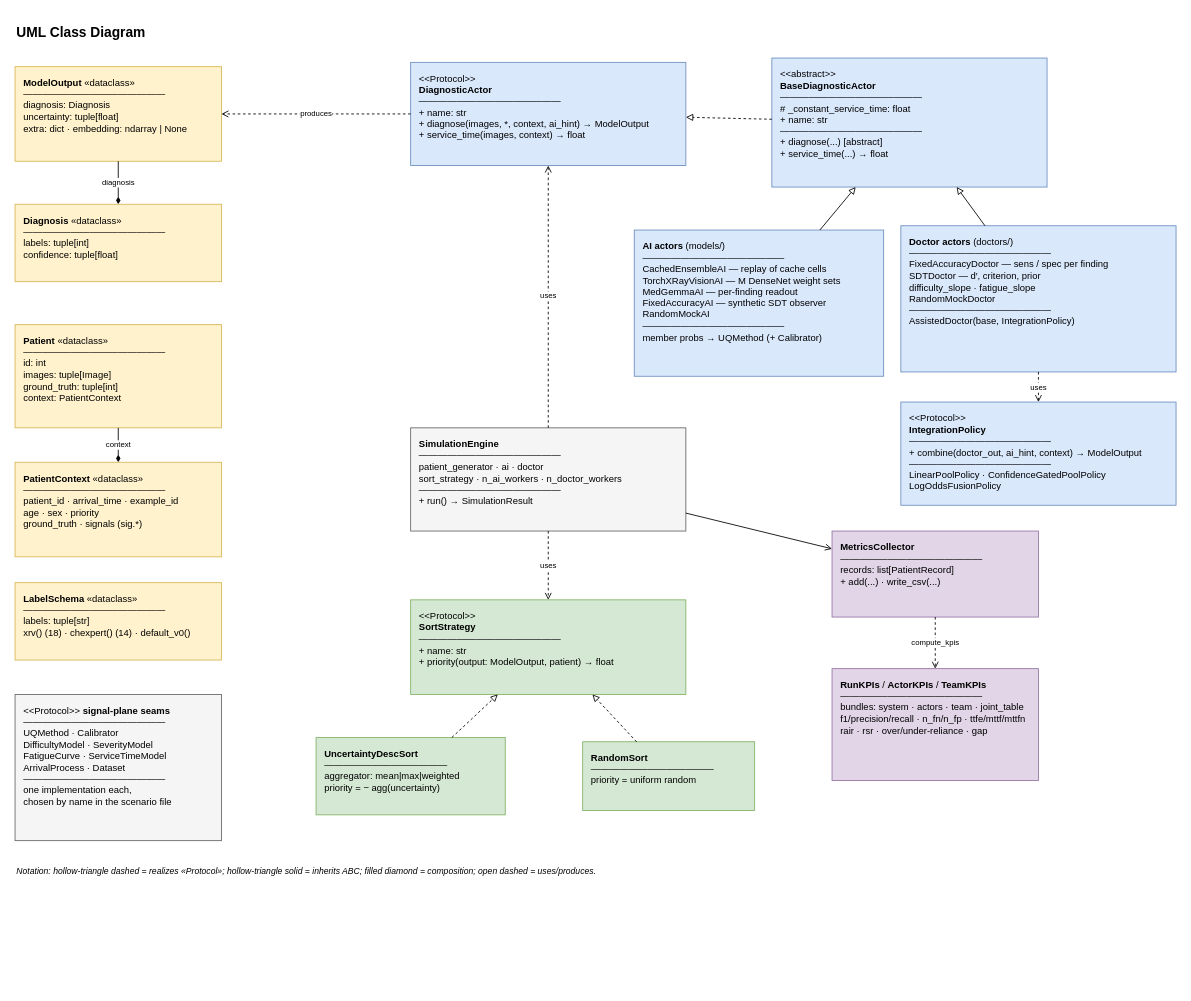
Above: page "UML Class Diagram" (3 of 3) of docs/uml_diagram.drawio in DaniGreco/hai-sim (draw.io), before the change. Source tidied: cells renumbered, new cells numbered last; positions are measured from the earlier drawing's top-left corner, leaving out a move shared by most shapes. Both pictures are drawn from the tidied source at 86%, with x=0, y=0 at pixel (15, 15).
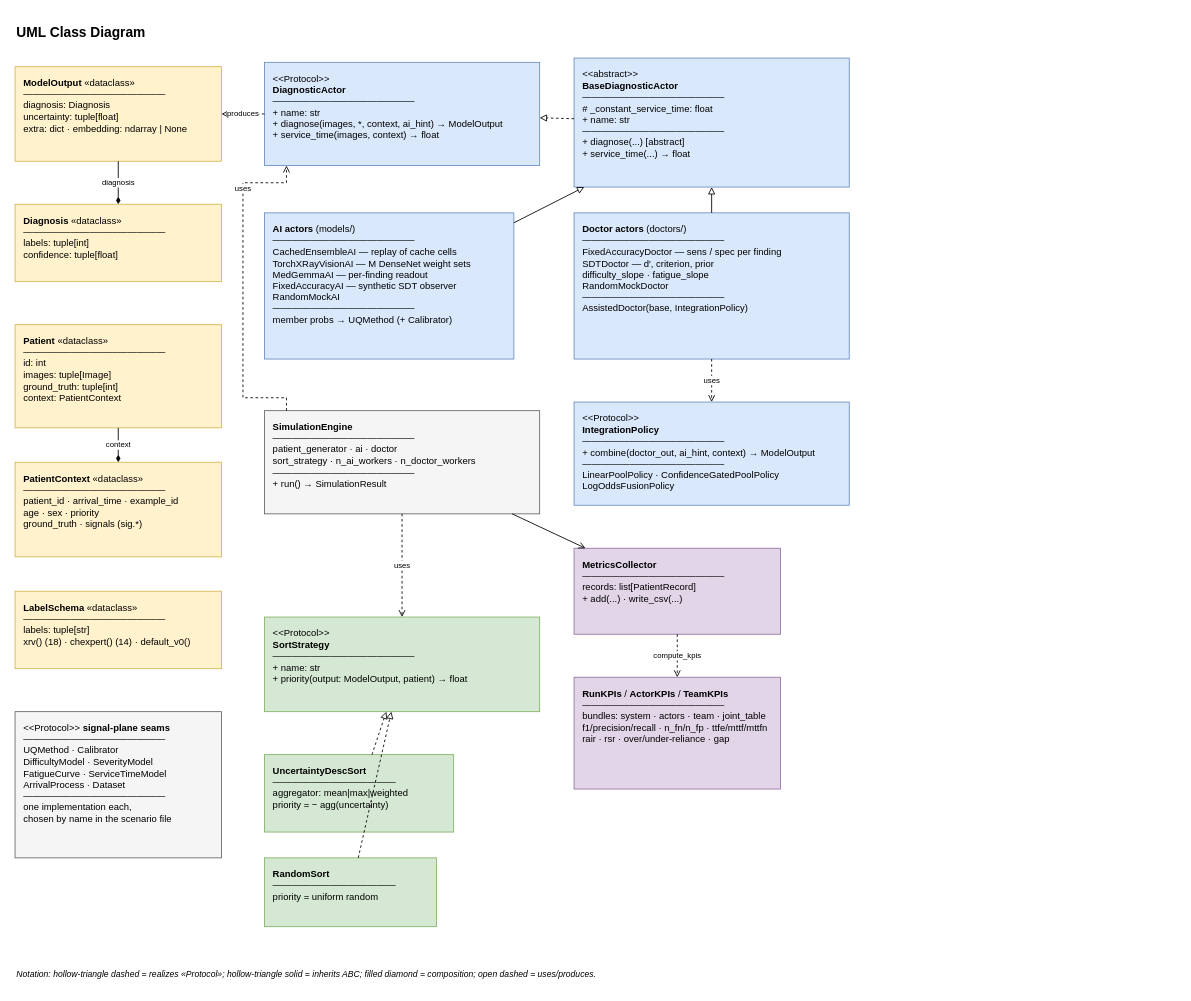
Above is the later version.

Commit message:
docs: lay the class diagram out in three tighter columns

The edit, as a diff of the source:
```diff
@@
     <mxCell id="2" value="UML Class Diagram" style="text;html=1;strokeColor=none;fillColor=none;align=left;verticalAlign=middle;whiteSpace=wrap;fontSize=16;fontStyle=1;" parent="1" vertex="1">
-      <mxGeometry width="800" height="40" as="geometry" />
+      <mxGeometry width="700" height="40" as="geometry" />
     </mxCell>
     <mxCell id="3" value="&amp;lt;&amp;lt;Protocol&amp;gt;&amp;gt;&lt;br&gt;&lt;b&gt;DiagnosticActor&lt;/b&gt;&lt;br&gt;———————————————&lt;br&gt;+ name: str&lt;br&gt;+ diagnose(images, *, context, ai_hint) → ModelOutput&lt;br&gt;+ service_time(images, context) → float" style="rounded=0;whiteSpace=wrap;html=1;fillColor=#dae8fc;strokeColor=#6c8ebf;align=left;verticalAlign=top;spacingLeft=8;spacingTop=6;fontSize=11;" parent="1" vertex="1">
-      <mxGeometry x="460" y="55" width="320" height="120" as="geometry" />
+      <mxGeometry x="290" y="55" width="320" height="120" as="geometry" />
     </mxCell>
     <mxCell id="4" value="&amp;lt;&amp;lt;Protocol&amp;gt;&amp;gt;&lt;br&gt;&lt;b&gt;SortStrategy&lt;/b&gt;&lt;br&gt;———————————————&lt;br&gt;+ name: str&lt;br&gt;+ priority(output: ModelOutput, patient) → float" style="rounded=0;whiteSpace=wrap;html=1;fillColor=#d5e8d4;strokeColor=#82b366;align=left;verticalAlign=top;spacingLeft=8;spacingTop=6;fontSize=11;" parent="1" vertex="1">
-      <mxGeometry x="460" y="680" width="320" height="110" as="geometry" />
+      <mxGeometry x="290" y="700" width="320" height="110" as="geometry" />
     </mxCell>
     <mxCell id="5" value="&amp;lt;&amp;lt;abstract&amp;gt;&amp;gt;&lt;br&gt;&lt;b&gt;BaseDiagnosticActor&lt;/b&gt;&lt;br&gt;———————————————&lt;br&gt;# _constant_service_time: float&lt;br&gt;+ name: str&lt;br&gt;———————————————&lt;br&gt;+ diagnose(...)  [abstract]&lt;br&gt;+ service_time(...) → float" style="rounded=0;whiteSpace=wrap;html=1;fillColor=#dae8fc;strokeColor=#6c8ebf;align=left;verticalAlign=top;spacingLeft=8;spacingTop=6;fontSize=11;" parent="1" vertex="1">
-      <mxGeometry x="880" y="50" width="320" height="150" as="geometry" />
+      <mxGeometry x="650" y="50" width="320" height="150" as="geometry" />
     </mxCell>
     <mxCell id="6" value="&lt;b&gt;AI actors&lt;/b&gt;  (models/)&lt;br&gt;———————————————&lt;br&gt;CachedEnsembleAI — replay of cache cells&lt;br&gt;TorchXRayVisionAI — M DenseNet weight sets&lt;br&gt;MedGemmaAI — per-finding readout&lt;br&gt;FixedAccuracyAI — synthetic SDT observer&lt;br&gt;RandomMockAI&lt;br&gt;———————————————&lt;br&gt;member probs → UQMethod (+ Calibrator)" style="rounded=0;whiteSpace=wrap;html=1;fillColor=#dae8fc;strokeColor=#6c8ebf;align=left;verticalAlign=top;spacingLeft=8;spacingTop=6;fontSize=11;" parent="1" vertex="1">
-      <mxGeometry x="720" y="250" width="290" height="170" as="geometry" />
+      <mxGeometry x="290" y="230" width="290" height="170" as="geometry" />
     </mxCell>
     <mxCell id="7" value="&lt;b&gt;Doctor actors&lt;/b&gt;  (doctors/)&lt;br&gt;———————————————&lt;br&gt;FixedAccuracyDoctor — sens / spec per finding&lt;br&gt;SDTDoctor — d′, criterion, prior&lt;br&gt;difficulty_slope · fatigue_slope&lt;br&gt;RandomMockDoctor&lt;br&gt;———————————————&lt;br&gt;AssistedDoctor(base, IntegrationPolicy)" style="rounded=0;whiteSpace=wrap;html=1;fillColor=#dae8fc;strokeColor=#6c8ebf;align=left;verticalAlign=top;spacingLeft=8;spacingTop=6;fontSize=11;" parent="1" vertex="1">
-      <mxGeometry x="1030" y="245" width="320" height="170" as="geometry" />
+      <mxGeometry x="650" y="230" width="320" height="170" as="geometry" />
     </mxCell>
     <mxCell id="8" value="&lt;b&gt;RandomSort&lt;/b&gt;&#10;—————————————&#10;priority = uniform random" style="rounded=0;whiteSpace=wrap;html=1;fillColor=#d5e8d4;strokeColor=#82b366;align=left;verticalAlign=top;spacingLeft=8;spacingTop=6;fontSize=11;" parent="1" vertex="1">
-      <mxGeometry x="660" y="845" width="200" height="80" as="geometry" />
+      <mxGeometry x="290" y="980" width="200" height="80" as="geometry" />
     </mxCell>
     <mxCell id="9" value="&lt;b&gt;UncertaintyDescSort&lt;/b&gt;&#10;—————————————&#10;aggregator: mean|max|weighted&#10;priority = − agg(uncertainty)" style="rounded=0;whiteSpace=wrap;html=1;fillColor=#d5e8d4;strokeColor=#82b366;align=left;verticalAlign=top;spacingLeft=8;spacingTop=6;fontSize=11;" parent="1" vertex="1">
-      <mxGeometry x="350" y="840" width="220" height="90" as="geometry" />
+      <mxGeometry x="290" y="860" width="220" height="90" as="geometry" />
     </mxCell>
@@
     <mxCell id="14" value="&lt;b&gt;LabelSchema&lt;/b&gt; «dataclass»&lt;br&gt;———————————————&lt;br&gt;labels: tuple[str]&lt;br&gt;xrv() (18) · chexpert() (14) · default_v0()" style="rounded=0;whiteSpace=wrap;html=1;fillColor=#fff2cc;strokeColor=#d6b656;align=left;verticalAlign=top;spacingLeft=8;spacingTop=6;fontSize=11;" parent="1" vertex="1">
-      <mxGeometry y="660" width="240" height="90" as="geometry" />
+      <mxGeometry y="670" width="240" height="90" as="geometry" />
     </mxCell>
     <mxCell id="15" value="&lt;b&gt;SimulationEngine&lt;/b&gt;&#10;———————————————&#10;patient_generator · ai · doctor&#10;sort_strategy · n_ai_workers · n_doctor_workers&#10;———————————————&#10;+ run() → SimulationResult" style="rounded=0;whiteSpace=wrap;html=1;fillColor=#f5f5f5;strokeColor=#666666;align=left;verticalAlign=top;spacingLeft=8;spacingTop=6;fontSize=11;" parent="1" vertex="1">
-      <mxGeometry x="460" y="480" width="320" height="120" as="geometry" />
+      <mxGeometry x="290" y="460" width="320" height="120" as="geometry" />
     </mxCell>
     <mxCell id="16" value="&lt;b&gt;MetricsCollector&lt;/b&gt;&#10;———————————————&#10;records: list[PatientRecord]&#10;+ add(...) · write_csv(...)" style="rounded=0;whiteSpace=wrap;html=1;fillColor=#e1d5e7;strokeColor=#9673a6;align=left;verticalAlign=top;spacingLeft=8;spacingTop=6;fontSize=11;" parent="1" vertex="1">
-      <mxGeometry x="950" y="600" width="240" height="100" as="geometry" />
+      <mxGeometry x="650" y="620" width="240" height="100" as="geometry" />
     </mxCell>
     <mxCell id="17" value="&lt;b&gt;RunKPIs&lt;/b&gt; / &lt;b&gt;ActorKPIs&lt;/b&gt; / &lt;b&gt;TeamKPIs&lt;/b&gt;&lt;br&gt;———————————————&lt;br&gt;bundles: system · actors · team · joint_table&lt;br&gt;f1/precision/recall · n_fn/n_fp · ttfe/mttf/mttfn&lt;br&gt;rair · rsr · over/under-reliance · gap" style="rounded=0;whiteSpace=wrap;html=1;fillColor=#e1d5e7;strokeColor=#9673a6;align=left;verticalAlign=top;spacingLeft=8;spacingTop=6;fontSize=11;" parent="1" vertex="1">
-      <mxGeometry x="950" y="760" width="240" height="130" as="geometry" />
+      <mxGeometry x="650" y="770" width="240" height="130" as="geometry" />
     </mxCell>
@@
-    <mxCell id="28" value="uses" style="endArrow=open;dashed=1;html=1;fontSize=9;" parent="1" edge="1" source="15" target="3">
-      <mxGeometry relative="1" as="geometry" />
+    <mxCell id="28" value="uses" style="edgeStyle=orthogonalEdgeStyle;rounded=0;endArrow=open;dashed=1;html=1;fontSize=9;exitX=0.08;exitY=0;exitDx=0;exitDy=0;entryX=0.08;entryY=1;entryDx=0;entryDy=0;" parent="1" edge="1" source="15" target="3">
+      <mxGeometry x="0.6" relative="1" as="geometry">
+        <Array as="points">
+          <mxPoint x="265" y="445" />
+          <mxPoint x="265" y="195" />
+        </Array>
+      </mxGeometry>
     </mxCell>
@@
     <mxCell id="30" value="Notation: hollow-triangle dashed = realizes «Protocol»; hollow-triangle solid = inherits ABC; filled diamond = composition; open dashed = uses/produces." style="text;html=1;strokeColor=none;fillColor=none;align=left;verticalAlign=middle;whiteSpace=wrap;fontSize=10;fontStyle=2;" parent="1" vertex="1">
-      <mxGeometry y="980" width="900" height="30" as="geometry" />
+      <mxGeometry y="1100" width="900" height="30" as="geometry" />
     </mxCell>
     <mxCell id="31" value="&amp;lt;&amp;lt;Protocol&amp;gt;&amp;gt;&lt;br&gt;&lt;b&gt;IntegrationPolicy&lt;/b&gt;&lt;br&gt;———————————————&lt;br&gt;+ combine(doctor_out, ai_hint, context) → ModelOutput&lt;br&gt;———————————————&lt;br&gt;LinearPoolPolicy · ConfidenceGatedPoolPolicy&lt;br&gt;LogOddsFusionPolicy" style="rounded=0;whiteSpace=wrap;html=1;fillColor=#dae8fc;strokeColor=#6c8ebf;align=left;verticalAlign=top;spacingLeft=8;spacingTop=6;fontSize=11;" parent="1" vertex="1">
-      <mxGeometry x="1030" y="450" width="320" height="120" as="geometry" />
+      <mxGeometry x="650" y="450" width="320" height="120" as="geometry" />
     </mxCell>
@@
     <mxCell id="33" value="&amp;lt;&amp;lt;Protocol&amp;gt;&amp;gt; &lt;b&gt;signal-plane seams&lt;/b&gt;&lt;br&gt;———————————————&lt;br&gt;UQMethod · Calibrator&lt;br&gt;DifficultyModel · SeverityModel&lt;br&gt;FatigueCurve · ServiceTimeModel&lt;br&gt;ArrivalProcess · Dataset&lt;br&gt;———————————————&lt;br&gt;one implementation each,&lt;br&gt;chosen by name in the scenario file" style="rounded=0;whiteSpace=wrap;html=1;fillColor=#f5f5f5;strokeColor=#666666;align=left;verticalAlign=top;spacingLeft=8;spacingTop=6;fontSize=11;" parent="1" vertex="1">
-      <mxGeometry y="790" width="240" height="170" as="geometry" />
+      <mxGeometry y="810" width="240" height="170" as="geometry" />
     </mxCell>
```
